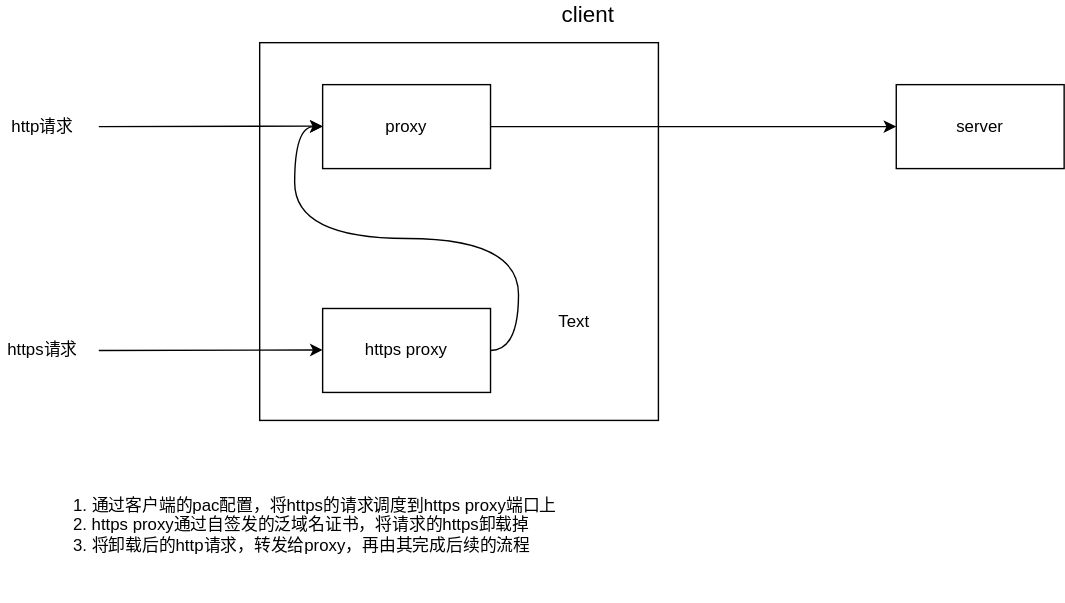
This is tc_客户端http&https混用场景的处理.svg from c17abab/diag_pics, a draw.io export, as it was before one commit. Source tidied: cells renumbered, new cells last; positions are measured from the earlier drawing's top-left corner, leaving out a move shared by most shapes.
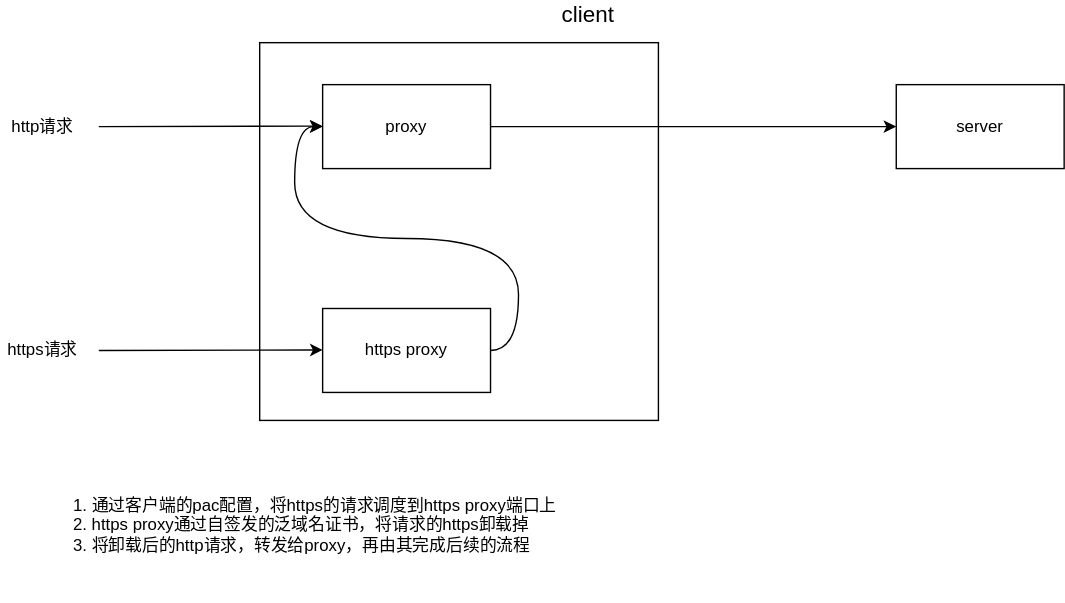
Later version of the same file.

Commit message:
更新tc_客户端http&https混用场景的处理.svg

What changed in the source:
```diff
@@ -41,9 +41,6 @@
     <mxCell id="12" style="edgeStyle=orthogonalEdgeStyle;curved=1;rounded=0;jettySize=auto;html=1;exitX=1;exitY=0.5;exitDx=0;exitDy=0;entryX=0;entryY=0.5;entryDx=0;entryDy=0;" parent="1" edge="1" source="5" target="4">
       <mxGeometry relative="1" as="geometry" />
     </mxCell>
-    <mxCell id="13" value="Text" style="text;html=1;strokeColor=none;fillColor=none;align=center;verticalAlign=middle;whiteSpace=wrap;rounded=0;" parent="1" vertex="1">
-      <mxGeometry x="390" y="220" width="40" height="20" as="geometry" />
-    </mxCell>
     <mxCell id="14" value="1. 通过客户端的pac配置，将https的请求调度到https proxy端口上&lt;br&gt;2. https proxy通过自签发的泛域名证书，将请求的https卸载掉&lt;br&gt;3. 将卸载后的http请求，转发给proxy，再由其完成后续的流程" style="text;html=1;strokeColor=none;fillColor=none;align=left;verticalAlign=middle;whiteSpace=wrap;rounded=0;horizontal=1;" parent="1" vertex="1">
       <mxGeometry x="50" y="320" width="360" height="110" as="geometry" />
     </mxCell>
```
